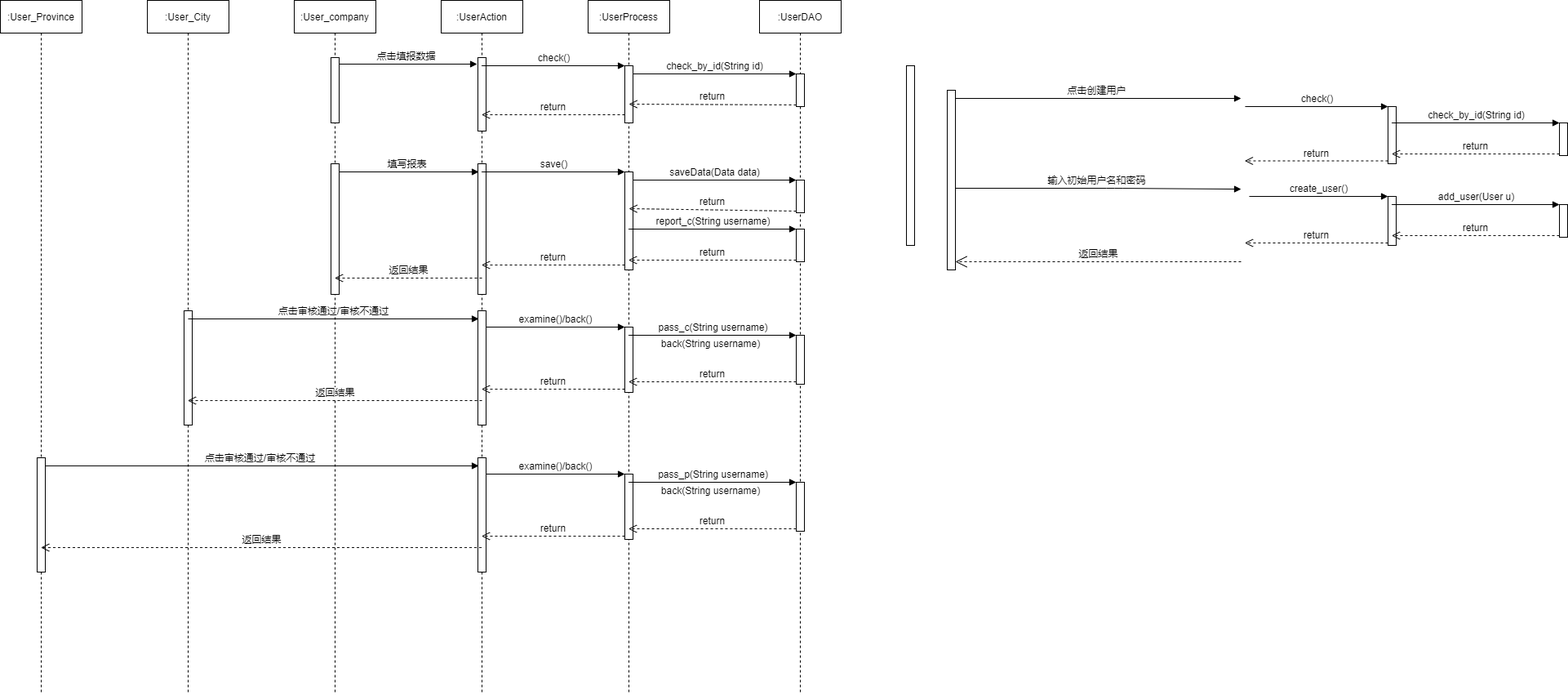
Before: 顺序图 的副本.png, a diagram exported from draw.io (lzhenbit/Dictionary). Source tidied: cells renumbered, new cells last; positions are measured from the earlier drawing's top-left corner, leaving out a move shared by most shapes.
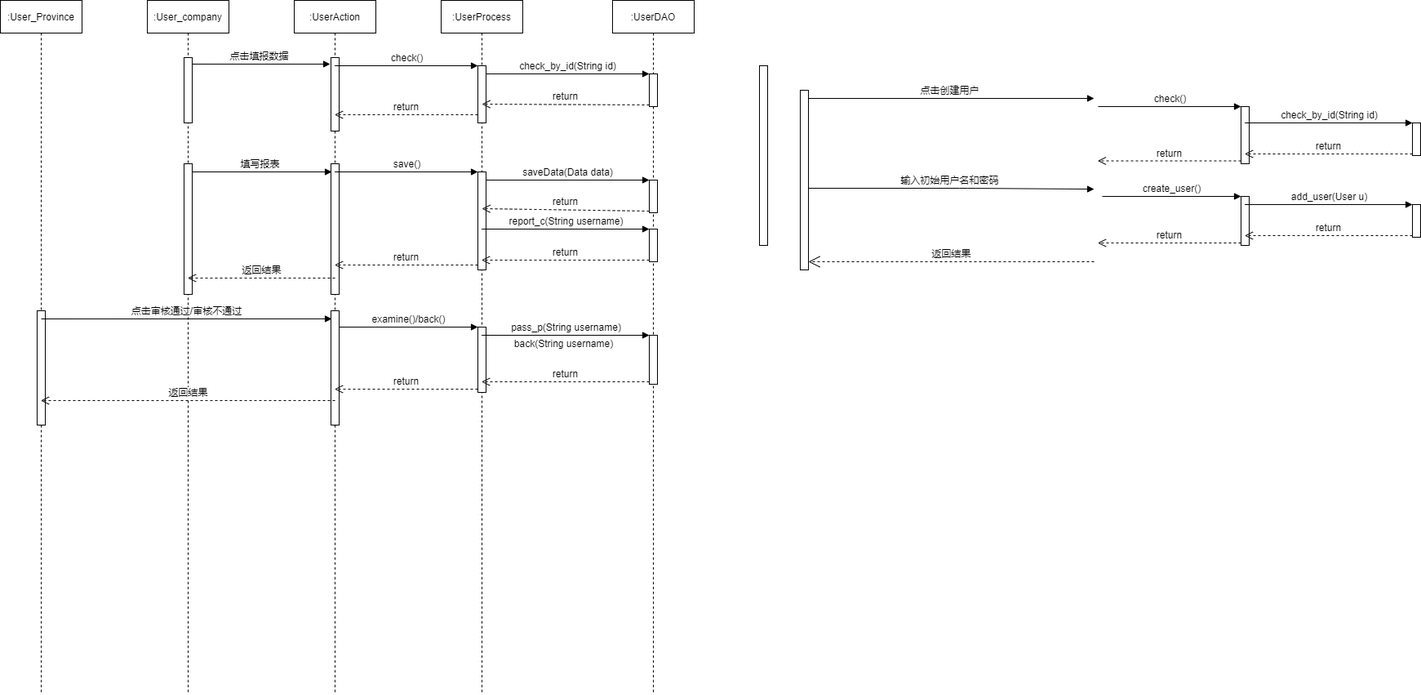
After the commit.

Commit message:
更新顺序图 的副本.png

The edit, as a diff of the source:
```diff
@@ -22,7 +22,7 @@
         <mxPoint x="409" y="78" as="sourcePoint" />
       </mxGeometry>
     </mxCell>
-    <mxCell id="7" value=":User_City" style="shape=umlLifeline;perimeter=lifelinePerimeter;whiteSpace=wrap;html=1;" parent="1" vertex="1">
+    <mxCell id="7" value=":User_Province" style="shape=umlLifeline;perimeter=lifelinePerimeter;whiteSpace=wrap;html=1;" parent="1" vertex="1">
       <mxGeometry x="180" width="100" height="850" as="geometry" />
     </mxCell>
     <mxCell id="8" style="html=1;perimeter=orthogonalPerimeter;" parent="7" vertex="1">
@@ -65,7 +65,7 @@
         <mxPoint x="229.5" y="467" as="targetPoint" />
       </mxGeometry>
     </mxCell>
-    <mxCell id="20" value="&lt;span lang=&quot;EN-US&quot;&gt;&lt;font style=&quot;font-size: 12px&quot;&gt;pass_c(String username)&lt;/font&gt;&lt;/span&gt;" style="html=1;verticalAlign=bottom;endArrow=block;entryX=0;entryY=0;" parent="12" edge="1" target="27">
+    <mxCell id="20" value="&lt;span lang=&quot;EN-US&quot;&gt;&lt;font style=&quot;font-size: 12px&quot;&gt;pass_p(String username)&lt;/font&gt;&lt;/span&gt;" style="html=1;verticalAlign=bottom;endArrow=block;entryX=0;entryY=0;" parent="12" edge="1" target="27">
       <mxGeometry relative="1" as="geometry">
         <mxPoint x="229.5" y="410" as="sourcePoint" />
       </mxGeometry>
@@ -73,9 +73,6 @@
     <mxCell id="21" value="&lt;span lang=&quot;EN-US&quot;&gt;&lt;font style=&quot;font-size: 12px&quot;&gt;back(String username)&lt;/font&gt;&lt;/span&gt;" style="text;html=1;align=center;verticalAlign=middle;" parent="12" vertex="1">
       <mxGeometry x="260" y="410" width="140" height="20" as="geometry" />
     </mxCell>
-    <mxCell id="22" style="html=1;points=[];perimeter=orthogonalPerimeter;" parent="12" vertex="1">
-      <mxGeometry x="45" y="560" width="10" height="140" as="geometry" />
-    </mxCell>
     <mxCell id="23" value=":UserDAO" style="shape=umlLifeline;perimeter=lifelinePerimeter;whiteSpace=wrap;html=1;" parent="1" vertex="1">
       <mxGeometry x="930" width="100" height="850" as="geometry" />
     </mxCell>
@@ -240,46 +237,5 @@
     <mxCell id="57" style="html=1;perimeter=orthogonalPerimeter;" parent="1" vertex="1">
       <mxGeometry x="1110" y="80" width="10" height="220" as="geometry" />
     </mxCell>
-    <mxCell id="58" value="点击审核通过/审核不通过" style="html=1;verticalAlign=bottom;endArrow=block;entryX=0.1;entryY=0.071;entryDx=0;entryDy=0;entryPerimeter=0;" parent="1" edge="1" source="59" target="22">
-      <mxGeometry relative="1" as="geometry" />
-    </mxCell>
-    <mxCell id="59" value=":User_Province" style="shape=umlLifeline;perimeter=lifelinePerimeter;whiteSpace=wrap;html=1;outlineConnect=0;" parent="1" vertex="1">
-      <mxGeometry width="100" height="850" as="geometry" />
-    </mxCell>
-    <mxCell id="60" style="html=1;perimeter=orthogonalPerimeter;" parent="59" vertex="1">
-      <mxGeometry x="45" y="560" width="10" height="140" as="geometry" />
-    </mxCell>
-    <mxCell id="61" value="返回结果" style="html=1;verticalAlign=bottom;endArrow=open;dashed=1;endSize=8;" parent="1" edge="1" source="12">
-      <mxGeometry relative="1" as="geometry">
-        <mxPoint x="49.8" y="670" as="targetPoint" />
-      </mxGeometry>
-    </mxCell>
-    <mxCell id="62" style="html=1;points=[];perimeter=orthogonalPerimeter;" parent="1" vertex="1">
-      <mxGeometry x="765" y="580" width="10" height="80" as="geometry" />
-    </mxCell>
-    <mxCell id="63" value="&lt;span lang=&quot;EN-US&quot;&gt;&lt;font style=&quot;font-size: 12px&quot;&gt;&lt;span lang=&quot;EN-US&quot;&gt;examine()&lt;/span&gt;/back()&lt;/font&gt;&lt;/span&gt;" style="html=1;verticalAlign=bottom;endArrow=block;entryX=0;entryY=0;" parent="1" edge="1" source="22" target="62">
-      <mxGeometry relative="1" as="geometry" />
-    </mxCell>
-    <mxCell id="64" value="return" style="html=1;verticalAlign=bottom;endArrow=open;dashed=1;endSize=8;exitX=0;exitY=0.95;" parent="1" edge="1" source="62">
-      <mxGeometry relative="1" as="geometry">
-        <mxPoint x="589.5" y="656" as="targetPoint" />
-      </mxGeometry>
-    </mxCell>
-    <mxCell id="65" value="return" style="html=1;verticalAlign=bottom;endArrow=open;dashed=1;endSize=8;exitX=0;exitY=0.95;" parent="1" edge="1" source="68">
-      <mxGeometry relative="1" as="geometry">
-        <mxPoint x="769.5" y="647" as="targetPoint" />
-      </mxGeometry>
-    </mxCell>
-    <mxCell id="66" value="&lt;span lang=&quot;EN-US&quot;&gt;&lt;font style=&quot;font-size: 12px&quot;&gt;pass_p(String username)&lt;/font&gt;&lt;/span&gt;" style="html=1;verticalAlign=bottom;endArrow=block;entryX=0;entryY=0;" parent="1" edge="1" target="68">
-      <mxGeometry relative="1" as="geometry">
-        <mxPoint x="769.5" y="590" as="sourcePoint" />
-      </mxGeometry>
-    </mxCell>
-    <mxCell id="67" value="&lt;span lang=&quot;EN-US&quot;&gt;&lt;font style=&quot;font-size: 12px&quot;&gt;back(String username)&lt;/font&gt;&lt;/span&gt;" style="text;html=1;align=center;verticalAlign=middle;" parent="1" vertex="1">
-      <mxGeometry x="800" y="590" width="140" height="20" as="geometry" />
-    </mxCell>
-    <mxCell id="68" style="html=1;points=[];perimeter=orthogonalPerimeter;" parent="1" vertex="1">
-      <mxGeometry x="975" y="590" width="10" height="60" as="geometry" />
-    </mxCell>
   </root>
 </mxGraphModel>
```
